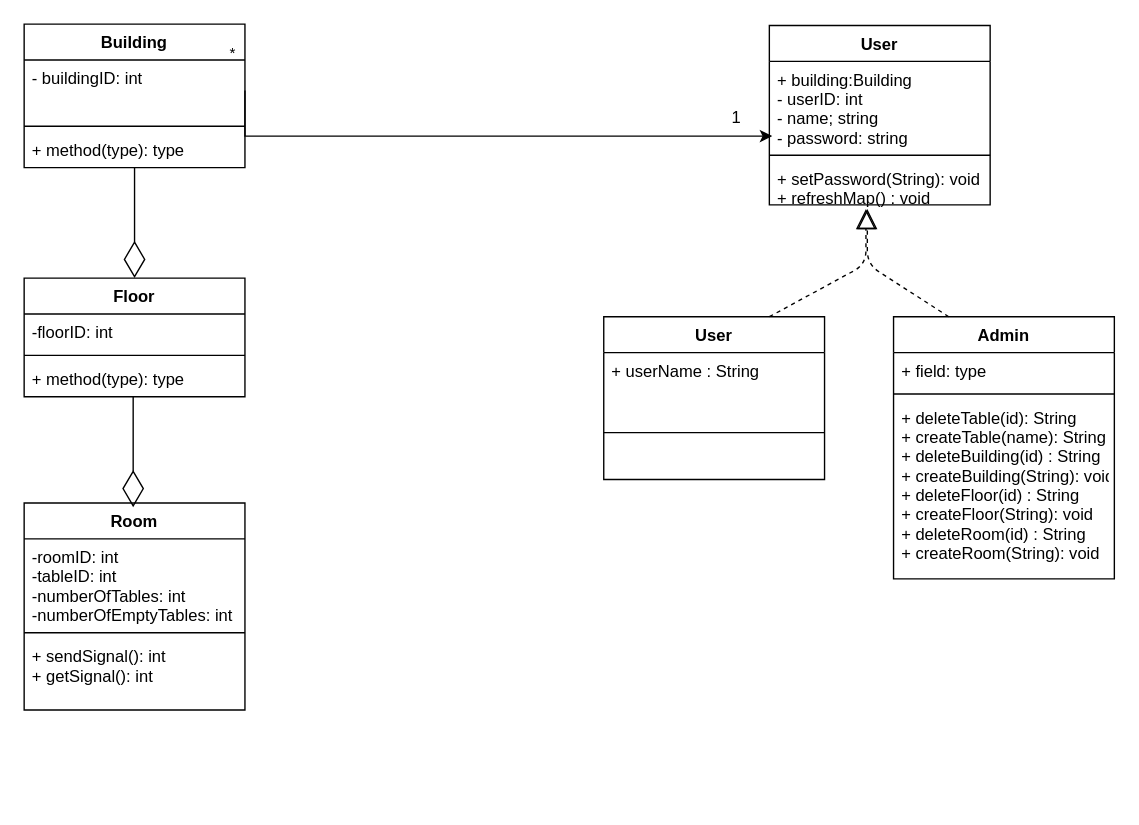
AhmedStark/space-bubble keeps this draw.io diagram as Diagrams/MainClassDiagram.drawio. Above is the earlier version. Source tidied: cells renumbered, new cells numbered last; positions are measured from the earlier drawing's top-left corner, leaving out a move shared by most shapes. Both pictures are drawn from the tidied source at 138%, with x=0, y=0 at pixel (23, 23).
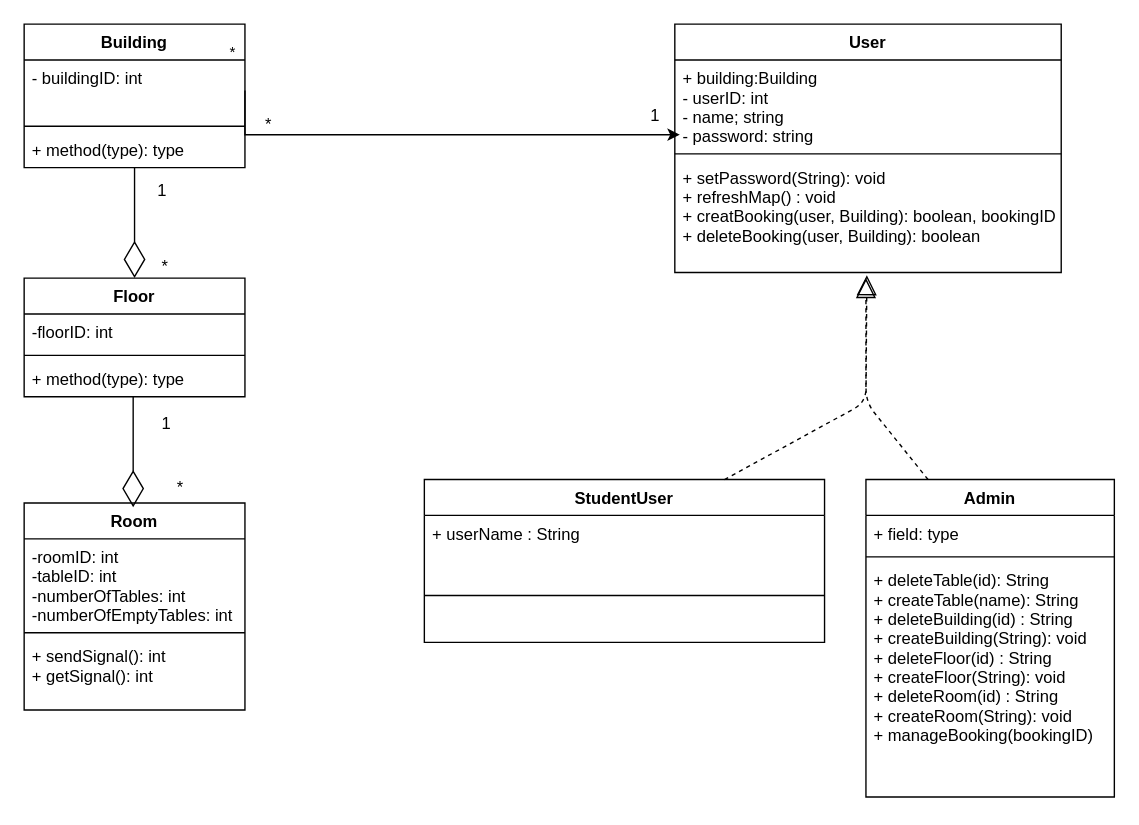
The same diagram, later.

Diff of the diagram source:
```diff
@@
     <mxCell id="16" value="User&#10;&#10;" style="swimlane;fontStyle=1;align=center;verticalAlign=top;horizontal=1;startSize=26;labelBackgroundColor=none;" parent="1" vertex="1">
-      <mxGeometry x="540" y="1" width="160" height="130" as="geometry" />
+      <mxGeometry x="471.5" width="280" height="180" as="geometry" />
     </mxCell>
     <mxCell id="17" value="+ building:Building&#10;- userID: int&#10;- name; string&#10;- password: string&#10;" style="text;strokeColor=none;fillColor=none;align=left;verticalAlign=top;spacingLeft=4;spacingRight=4;overflow=hidden;points=[[0,0.5],[1,0.5]];portConstraint=eastwest;labelBackgroundColor=none;" parent="16" vertex="1">
-      <mxGeometry y="26" width="160" height="64" as="geometry" />
+      <mxGeometry y="26" width="280" height="64" as="geometry" />
     </mxCell>
     <mxCell id="18" style="line;strokeWidth=1;fillColor=none;align=left;verticalAlign=middle;spacingTop=-1;spacingLeft=3;spacingRight=3;labelPosition=right;labelBackgroundColor=none;" parent="16" vertex="1">
-      <mxGeometry y="90" width="160" height="8" as="geometry" />
+      <mxGeometry y="90" width="280" height="8" as="geometry" />
     </mxCell>
-    <mxCell id="19" value="+ setPassword(String): void&#10;+ refreshMap() : void&#10;&#10;" style="text;strokeColor=none;fillColor=none;align=left;verticalAlign=top;spacingLeft=4;spacingRight=4;overflow=hidden;points=[[0,0.5],[1,0.5]];portConstraint=eastwest;labelBackgroundColor=none;" parent="16" vertex="1">
-      <mxGeometry y="98" width="160" height="32" as="geometry" />
+    <mxCell id="19" value="+ setPassword(String): void&#10;+ refreshMap() : void&#10;+ creatBooking(user, Building): boolean, bookingID&#10;+ deleteBooking(user, Building): boolean&#10;&#10;" style="text;strokeColor=none;fillColor=none;align=left;verticalAlign=top;spacingLeft=4;spacingRight=4;overflow=hidden;points=[[0,0.5],[1,0.5]];portConstraint=eastwest;labelBackgroundColor=none;" parent="16" vertex="1">
+      <mxGeometry y="98" width="280" height="82" as="geometry" />
     </mxCell>
     <mxCell id="20" value="Admin&#10;" style="swimlane;fontStyle=1;align=center;verticalAlign=top;horizontal=1;startSize=26;labelBackgroundColor=none;" parent="1" vertex="1">
-      <mxGeometry x="630" y="212" width="160" height="190" as="geometry" />
+      <mxGeometry x="610" y="330" width="180" height="230" as="geometry" />
     </mxCell>
     <mxCell id="21" value="+ field: type" style="text;strokeColor=none;fillColor=none;align=left;verticalAlign=top;spacingLeft=4;spacingRight=4;overflow=hidden;labelBackgroundColor=none;" parent="20" vertex="1">
-      <mxGeometry y="26" width="160" height="26" as="geometry" />
+      <mxGeometry y="26" width="180" height="26" as="geometry" />
     </mxCell>
     <mxCell id="22" style="line;strokeWidth=1;fillColor=none;align=left;verticalAlign=middle;spacingTop=-1;spacingLeft=3;spacingRight=3;labelPosition=right;labelBackgroundColor=none;" parent="20" vertex="1">
-      <mxGeometry y="52" width="160" height="8" as="geometry" />
+      <mxGeometry y="52" width="180" height="8" as="geometry" />
     </mxCell>
-    <mxCell id="23" value="+ deleteTable(id): String&#10;+ createTable(name): String&#10;+ deleteBuilding(id) : String&#10;+ createBuilding(String): void&#10;+ deleteFloor(id) : String&#10;+ createFloor(String): void&#10;+ deleteRoom(id) : String&#10;+ createRoom(String): void&#10;" style="text;strokeColor=none;fillColor=none;align=left;verticalAlign=top;spacingLeft=4;spacingRight=4;overflow=hidden;labelBackgroundColor=none;" parent="20" vertex="1">
-      <mxGeometry y="60" width="160" height="130" as="geometry" />
+    <mxCell id="23" value="+ deleteTable(id): String&#10;+ createTable(name): String&#10;+ deleteBuilding(id) : String&#10;+ createBuilding(String): void&#10;+ deleteFloor(id) : String&#10;+ createFloor(String): void&#10;+ deleteRoom(id) : String&#10;+ createRoom(String): void&#10;+ manageBooking(bookingID)&#10;&#10;" style="text;strokeColor=none;fillColor=none;align=left;verticalAlign=top;spacingLeft=4;spacingRight=4;overflow=hidden;labelBackgroundColor=none;" parent="20" vertex="1">
+      <mxGeometry y="60" width="180" height="170" as="geometry" />
     </mxCell>
-    <mxCell id="24" value="User&#10;&#10;" style="swimlane;fontStyle=1;align=center;verticalAlign=top;horizontal=1;startSize=26;labelBackgroundColor=none;" parent="1" vertex="1">
-      <mxGeometry x="420" y="212" width="160" height="118" as="geometry" />
+    <mxCell id="24" value="StudentUser&#10;" style="swimlane;fontStyle=1;align=center;verticalAlign=top;horizontal=1;startSize=26;labelBackgroundColor=none;" parent="1" vertex="1">
+      <mxGeometry x="290" y="330" width="290" height="118" as="geometry" />
     </mxCell>
     <mxCell id="25" value="+ userName : String" style="text;strokeColor=none;fillColor=none;align=left;verticalAlign=top;spacingLeft=4;spacingRight=4;overflow=hidden;labelBackgroundColor=none;" parent="24" vertex="1">
-      <mxGeometry y="26" width="160" height="24" as="geometry" />
+      <mxGeometry y="26" width="290" height="24" as="geometry" />
     </mxCell>
     <mxCell id="26" style="line;strokeWidth=1;fillColor=none;align=left;verticalAlign=middle;spacingTop=-1;spacingLeft=3;spacingRight=3;labelPosition=right;labelBackgroundColor=none;" parent="24" vertex="1">
-      <mxGeometry y="50" width="160" height="68" as="geometry" />
+      <mxGeometry y="50" width="290" height="68" as="geometry" />
     </mxCell>
     <mxCell id="27" style="endArrow=block;dashed=1;endFill=0;endSize=12;html=1;exitX=0.75;exitY=0;exitDx=0;exitDy=0;labelBackgroundColor=none;" parent="1" edge="1" source="24">
       <mxGeometry relative="1" as="geometry">
-        <mxPoint x="610" y="134" as="targetPoint" />
+        <mxPoint x="610" y="184" as="targetPoint" />
         <Array as="points">
-          <mxPoint x="610" y="174" />
+          <mxPoint x="610" y="274" />
         </Array>
       </mxGeometry>
     </mxCell>
-    <mxCell id="28" style="endArrow=block;dashed=1;endFill=0;endSize=12;html=1;exitX=0.25;exitY=0;exitDx=0;exitDy=0;labelBackgroundColor=none;" parent="1" edge="1" source="20">
+    <mxCell id="28" style="endArrow=block;dashed=1;endFill=0;endSize=12;html=1;exitX=0.25;exitY=0;exitDx=0;exitDy=0;labelBackgroundColor=none;entryX=0.497;entryY=1.024;entryDx=0;entryDy=0;entryPerimeter=0;" parent="1" edge="1" source="20" target="19">
       <mxGeometry relative="1" as="geometry">
-        <mxPoint x="611" y="134" as="targetPoint" />
         <Array as="points">
-          <mxPoint x="611" y="174" />
+          <mxPoint x="610" y="274" />
         </Array>
       </mxGeometry>
     </mxCell>
@@
+    <mxCell id="31" value="*" style="text;html=1;align=left;verticalAlign=top;spacingTop=-4;" parent="1" vertex="1">
+      <mxGeometry x="173" y="63" width="20" height="20" as="geometry" />
+    </mxCell>
+    <mxCell id="32" value="1" style="text;html=1;align=left;verticalAlign=top;spacingTop=-4;" parent="1" vertex="1">
+      <mxGeometry x="95" y="111" width="20" height="20" as="geometry" />
+    </mxCell>
+    <mxCell id="33" value="*" style="text;html=1;align=left;verticalAlign=top;spacingTop=-4;" parent="1" vertex="1">
+      <mxGeometry x="98" y="166" width="20" height="20" as="geometry" />
+    </mxCell>
+    <mxCell id="34" value="1" style="text;html=1;align=left;verticalAlign=top;spacingTop=-4;" parent="1" vertex="1">
+      <mxGeometry x="98" y="280" width="20" height="20" as="geometry" />
+    </mxCell>
+    <mxCell id="35" value="*" style="text;html=1;align=left;verticalAlign=top;spacingTop=-4;" parent="1" vertex="1">
+      <mxGeometry x="109" y="326" width="20" height="20" as="geometry" />
+    </mxCell>
```
